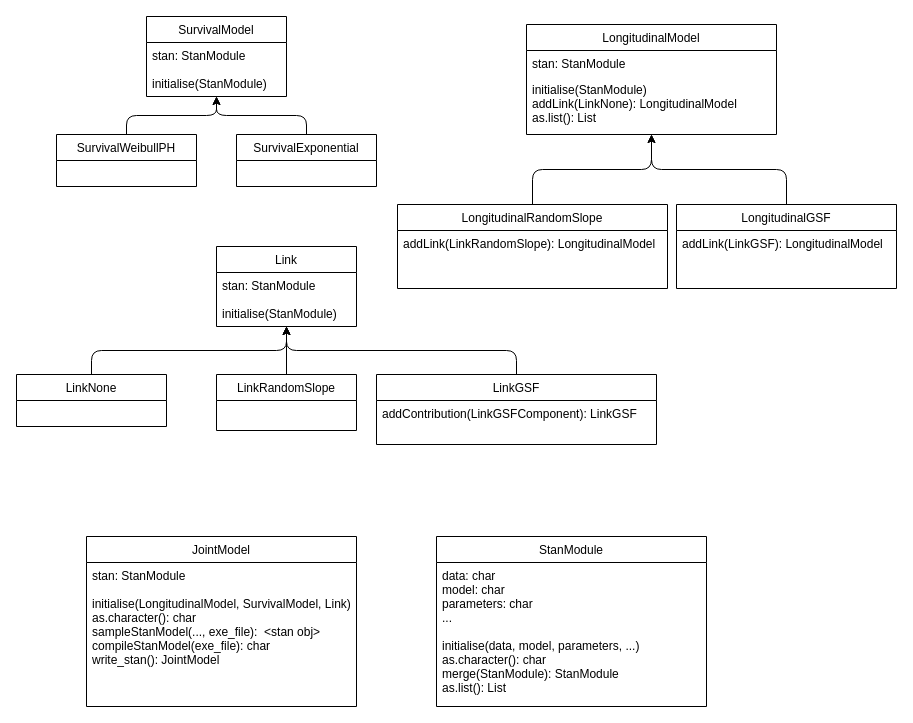
The draw.io diagram vignettes/objects.png.drawio in Genentech/jmpost, before the edit. Source tidied: cells renumbered, new cells numbered last; positions are measured from the earlier drawing's top-left corner, leaving out a move shared by most shapes. Both pictures are drawn from the tidied source at 100%, with x=0, y=0 at pixel (16, 16).
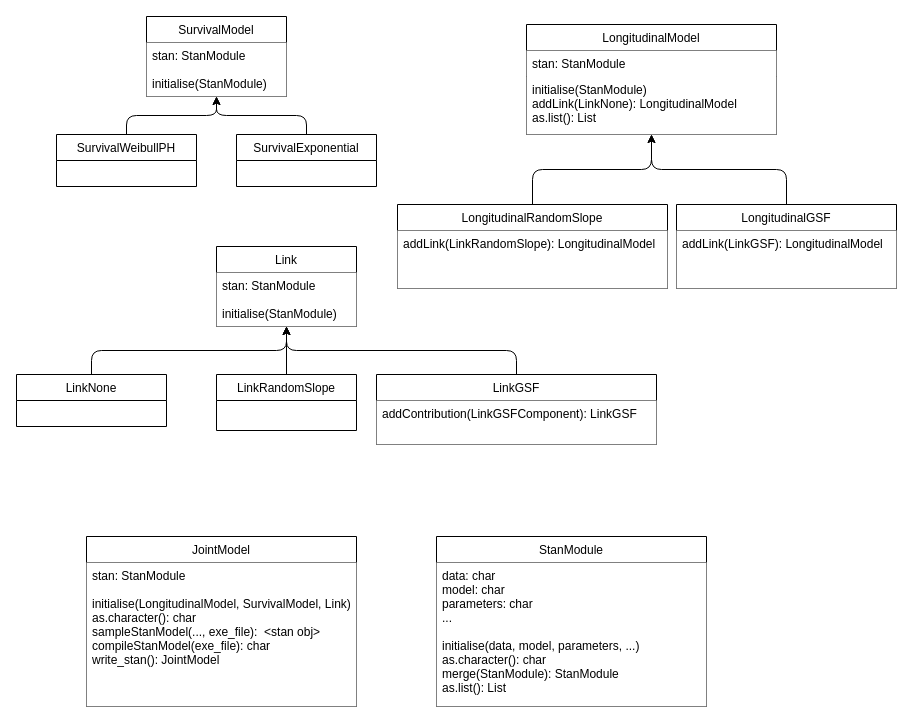
Above is the later version.

Commit message (it also covers changes not shown here):
exported model diagrams

Change to the diagram source:
```diff
@@
-    <mxCell id="2" value="SurvivalModel" style="swimlane;fontStyle=0;horizontal=1;startSize=26;fillColor=none;labelBackgroundColor=#FFFFFF;" parent="1" vertex="1">
+    <mxCell id="2" value="SurvivalModel" style="swimlane;fontStyle=0;horizontal=1;startSize=26;labelBackgroundColor=#FFFFFF;" parent="1" vertex="1">
       <mxGeometry x="130" width="140" height="80" as="geometry" />
     </mxCell>
-    <mxCell id="3" value="stan: StanModule&#10;&#10;initialise(StanModule)" style="text;strokeColor=none;fillColor=none;align=left;verticalAlign=top;spacingLeft=4;spacingRight=4;overflow=hidden;labelBackgroundColor=#FFFFFF;" parent="2" vertex="1">
+    <mxCell id="3" value="stan: StanModule&#10;&#10;initialise(StanModule)" style="text;strokeColor=none;fillColor=default;align=left;verticalAlign=top;spacingLeft=4;spacingRight=4;overflow=hidden;labelBackgroundColor=#FFFFFF;" parent="2" vertex="1">
       <mxGeometry y="26" width="140" height="54" as="geometry" />
     </mxCell>
@@
-    <mxCell id="5" value="SurvivalWeibullPH" style="swimlane;fontStyle=0;horizontal=1;startSize=26;fillColor=none;labelBackgroundColor=#FFFFFF;" parent="1" vertex="1">
+    <mxCell id="5" value="SurvivalWeibullPH" style="swimlane;fontStyle=0;horizontal=1;startSize=26;labelBackgroundColor=#FFFFFF;" parent="1" vertex="1">
       <mxGeometry x="40" y="118" width="140" height="52" as="geometry" />
     </mxCell>
@@
-    <mxCell id="7" value="SurvivalExponential" style="swimlane;fontStyle=0;horizontal=1;startSize=26;fillColor=none;labelBackgroundColor=#FFFFFF;" parent="1" vertex="1">
+    <mxCell id="7" value="SurvivalExponential" style="swimlane;fontStyle=0;horizontal=1;startSize=26;fillColor=default;labelBackgroundColor=#FFFFFF;" parent="1" vertex="1">
       <mxGeometry x="220" y="118" width="140" height="52" as="geometry" />
     </mxCell>
-    <mxCell id="8" value="LongitudinalModel" style="swimlane;fontStyle=0;horizontal=1;startSize=26;fillColor=none;labelBackgroundColor=#FFFFFF;" parent="1" vertex="1">
+    <mxCell id="8" value="LongitudinalModel" style="swimlane;fontStyle=0;horizontal=1;startSize=26;labelBackgroundColor=#FFFFFF;" parent="1" vertex="1">
       <mxGeometry x="510" y="8" width="250" height="110" as="geometry" />
     </mxCell>
-    <mxCell id="9" value="stan: StanModule" style="text;strokeColor=none;fillColor=none;align=left;verticalAlign=top;spacingLeft=4;spacingRight=4;overflow=hidden;labelBackgroundColor=#FFFFFF;" parent="8" vertex="1">
+    <mxCell id="9" value="stan: StanModule" style="text;strokeColor=none;fillColor=default;align=left;verticalAlign=top;spacingLeft=4;spacingRight=4;overflow=hidden;labelBackgroundColor=#FFFFFF;" parent="8" vertex="1">
       <mxGeometry y="26" width="250" height="26" as="geometry" />
     </mxCell>
-    <mxCell id="10" value="initialise(StanModule)&#10;addLink(LinkNone): LongitudinalModel&#10;as.list(): List " style="text;strokeColor=none;fillColor=none;align=left;verticalAlign=top;spacingLeft=4;spacingRight=4;overflow=hidden;labelBackgroundColor=#FFFFFF;" parent="8" vertex="1">
+    <mxCell id="10" value="initialise(StanModule)&#10;addLink(LinkNone): LongitudinalModel&#10;as.list(): List " style="text;strokeColor=none;fillColor=default;align=left;verticalAlign=top;spacingLeft=4;spacingRight=4;overflow=hidden;labelBackgroundColor=#FFFFFF;" parent="8" vertex="1">
       <mxGeometry y="52" width="250" height="58" as="geometry" />
     </mxCell>
@@
-    <mxCell id="12" value="LongitudinalRandomSlope" style="swimlane;fontStyle=0;horizontal=1;startSize=26;fillColor=none;labelBackgroundColor=#FFFFFF;" parent="1" vertex="1">
+    <mxCell id="12" value="LongitudinalRandomSlope" style="swimlane;fontStyle=0;horizontal=1;startSize=26;labelBackgroundColor=#FFFFFF;" parent="1" vertex="1">
       <mxGeometry x="381" y="188" width="270" height="84" as="geometry" />
     </mxCell>
-    <mxCell id="13" value="addLink(LinkRandomSlope): LongitudinalModel&#10;" style="text;strokeColor=none;fillColor=none;align=left;verticalAlign=top;spacingLeft=4;spacingRight=4;overflow=hidden;labelBackgroundColor=#FFFFFF;" parent="12" vertex="1">
+    <mxCell id="13" value="addLink(LinkRandomSlope): LongitudinalModel&#10;" style="text;strokeColor=none;fillColor=default;align=left;verticalAlign=top;spacingLeft=4;spacingRight=4;overflow=hidden;labelBackgroundColor=#FFFFFF;" parent="12" vertex="1">
       <mxGeometry y="26" width="270" height="58" as="geometry" />
     </mxCell>
@@
-    <mxCell id="15" value="LongitudinalGSF" style="swimlane;fontStyle=0;horizontal=1;startSize=26;fillColor=none;labelBackgroundColor=#FFFFFF;" parent="1" vertex="1">
+    <mxCell id="15" value="LongitudinalGSF" style="swimlane;fontStyle=0;horizontal=1;startSize=26;labelBackgroundColor=#FFFFFF;" parent="1" vertex="1">
       <mxGeometry x="660" y="188" width="220" height="84" as="geometry" />
     </mxCell>
-    <mxCell id="16" value="addLink(LinkGSF): LongitudinalModel&#10;" style="text;strokeColor=none;fillColor=none;align=left;verticalAlign=top;spacingLeft=4;spacingRight=4;overflow=hidden;labelBackgroundColor=#FFFFFF;" parent="15" vertex="1">
+    <mxCell id="16" value="addLink(LinkGSF): LongitudinalModel&#10;" style="text;strokeColor=none;fillColor=default;align=left;verticalAlign=top;spacingLeft=4;spacingRight=4;overflow=hidden;labelBackgroundColor=#FFFFFF;" parent="15" vertex="1">
       <mxGeometry y="26" width="220" height="58" as="geometry" />
     </mxCell>
-    <mxCell id="17" value="Link" style="swimlane;fontStyle=0;horizontal=1;startSize=26;fillColor=none;labelBackgroundColor=#FFFFFF;" parent="1" vertex="1">
+    <mxCell id="17" value="Link" style="swimlane;fontStyle=0;horizontal=1;startSize=26;labelBackgroundColor=#FFFFFF;" parent="1" vertex="1">
       <mxGeometry x="200" y="230" width="140" height="80" as="geometry" />
     </mxCell>
-    <mxCell id="18" value="stan: StanModule&#10;&#10;initialise(StanModule)" style="text;strokeColor=none;fillColor=none;align=left;verticalAlign=top;spacingLeft=4;spacingRight=4;overflow=hidden;labelBackgroundColor=#FFFFFF;" parent="17" vertex="1">
+    <mxCell id="18" value="stan: StanModule&#10;&#10;initialise(StanModule)" style="text;strokeColor=none;fillColor=default;align=left;verticalAlign=top;spacingLeft=4;spacingRight=4;overflow=hidden;labelBackgroundColor=#FFFFFF;" parent="17" vertex="1">
       <mxGeometry y="26" width="140" height="54" as="geometry" />
     </mxCell>
@@
-    <mxCell id="20" value="LinkNone" style="swimlane;fontStyle=0;horizontal=1;startSize=26;fillColor=none;labelBackgroundColor=#FFFFFF;" parent="1" vertex="1">
+    <mxCell id="20" value="LinkNone" style="swimlane;fontStyle=0;horizontal=1;startSize=26;labelBackgroundColor=#FFFFFF;" parent="1" vertex="1">
       <mxGeometry y="358" width="150" height="52" as="geometry" />
     </mxCell>
@@
-    <mxCell id="22" value="LinkRandomSlope" style="swimlane;fontStyle=0;horizontal=1;startSize=26;fillColor=none;labelBackgroundColor=#FFFFFF;" parent="1" vertex="1">
+    <mxCell id="22" value="LinkRandomSlope" style="swimlane;fontStyle=0;horizontal=1;startSize=26;labelBackgroundColor=#FFFFFF;" parent="1" vertex="1">
       <mxGeometry x="200" y="358" width="140" height="56" as="geometry" />
     </mxCell>
@@
-    <mxCell id="24" value="LinkGSF" style="swimlane;fontStyle=0;horizontal=1;startSize=26;fillColor=none;labelBackgroundColor=#FFFFFF;" parent="1" vertex="1">
+    <mxCell id="24" value="LinkGSF" style="swimlane;fontStyle=0;horizontal=1;startSize=26;labelBackgroundColor=#FFFFFF;" parent="1" vertex="1">
       <mxGeometry x="360" y="358" width="280" height="70" as="geometry" />
     </mxCell>
-    <mxCell id="25" value="addContribution(LinkGSFComponent): LinkGSF" style="text;strokeColor=none;fillColor=none;align=left;verticalAlign=top;spacingLeft=4;spacingRight=4;overflow=hidden;labelBackgroundColor=#FFFFFF;" parent="24" vertex="1">
+    <mxCell id="25" value="addContribution(LinkGSFComponent): LinkGSF" style="text;strokeColor=none;fillColor=default;align=left;verticalAlign=top;spacingLeft=4;spacingRight=4;overflow=hidden;labelBackgroundColor=#FFFFFF;" parent="24" vertex="1">
       <mxGeometry y="26" width="280" height="44" as="geometry" />
     </mxCell>
-    <mxCell id="26" value="StanModule" style="swimlane;fontStyle=0;horizontal=1;startSize=26;fillColor=none;labelBackgroundColor=#FFFFFF;" parent="1" vertex="1">
+    <mxCell id="26" value="StanModule" style="swimlane;fontStyle=0;horizontal=1;startSize=26;labelBackgroundColor=#FFFFFF;" parent="1" vertex="1">
       <mxGeometry x="420" y="520" width="270" height="170" as="geometry" />
     </mxCell>
-    <mxCell id="27" value="data: char&#10;model: char&#10;parameters: char&#10;...&#10;&#10;initialise(data, model, parameters, ...)&#10;as.character(): char&#10;merge(StanModule): StanModule&#10;as.list(): List" style="text;strokeColor=none;fillColor=none;align=left;verticalAlign=top;spacingLeft=4;spacingRight=4;overflow=hidden;labelBackgroundColor=#FFFFFF;" parent="26" vertex="1">
+    <mxCell id="27" value="data: char&#10;model: char&#10;parameters: char&#10;...&#10;&#10;initialise(data, model, parameters, ...)&#10;as.character(): char&#10;merge(StanModule): StanModule&#10;as.list(): List" style="text;align=left;verticalAlign=top;spacingLeft=4;spacingRight=4;overflow=hidden;labelBackgroundColor=#FFFFFF;fillColor=default;" parent="26" vertex="1">
       <mxGeometry y="26" width="270" height="144" as="geometry" />
     </mxCell>
-    <mxCell id="28" value="JointModel" style="swimlane;fontStyle=0;horizontal=1;startSize=26;fillColor=none;labelBackgroundColor=#FFFFFF;" parent="1" vertex="1">
+    <mxCell id="28" value="JointModel" style="swimlane;fontStyle=0;horizontal=1;startSize=26;labelBackgroundColor=#FFFFFF;" parent="1" vertex="1">
       <mxGeometry x="70" y="520" width="270" height="170" as="geometry" />
     </mxCell>
-    <mxCell id="29" value="stan: StanModule&#10;&#10;initialise(LongitudinalModel, SurvivalModel, Link)&#10;as.character(): char&#10;sampleStanModel(..., exe_file):  &lt;stan obj&gt;&#10;compileStanModel(exe_file): char&#10;write_stan(): JointModel" style="text;strokeColor=none;fillColor=none;align=left;verticalAlign=top;spacingLeft=4;spacingRight=4;overflow=hidden;labelBackgroundColor=#FFFFFF;" parent="28" vertex="1">
+    <mxCell id="29" value="stan: StanModule&#10;&#10;initialise(LongitudinalModel, SurvivalModel, Link)&#10;as.character(): char&#10;sampleStanModel(..., exe_file):  &lt;stan obj&gt;&#10;compileStanModel(exe_file): char&#10;write_stan(): JointModel" style="text;align=left;verticalAlign=top;spacingLeft=4;spacingRight=4;overflow=hidden;labelBackgroundColor=#FFFFFF;fillColor=default;" parent="28" vertex="1">
       <mxGeometry y="26" width="270" height="144" as="geometry" />
     </mxCell>
```
